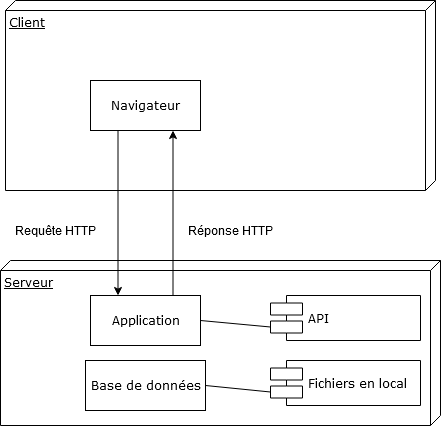
Above: SI3-6Thé/projet/images/Diagramme_architecture.png in dezoxyr/tp-architecture (draw.io), before the change. Source tidied: cells renumbered, new cells last; positions are measured from the earlier drawing's top-left corner, leaving out a move shared by most shapes.
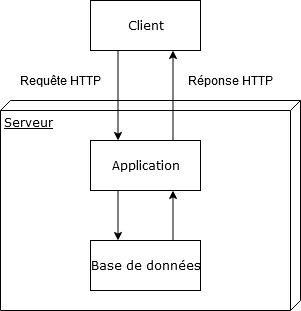
After the commit.

Change to the diagram source:
```diff
@@ -2,44 +2,35 @@
   <root>
     <mxCell id="0" />
     <mxCell id="1" parent="0" />
-    <mxCell id="2" value="Client" style="verticalAlign=top;align=left;spacingTop=8;spacingLeft=2;spacingRight=12;shape=cube;size=10;direction=south;fontStyle=4;html=1;rounded=0;shadow=0;comic=0;labelBackgroundColor=none;strokeWidth=1;fontFamily=Verdana;fontSize=12;" parent="1" vertex="1">
-      <mxGeometry x="5" width="430" height="190" as="geometry" />
-    </mxCell>
     <mxCell id="3" value="Serveur" style="verticalAlign=top;align=left;spacingTop=8;spacingLeft=2;spacingRight=12;shape=cube;size=10;direction=south;fontStyle=4;html=1;rounded=0;shadow=0;comic=0;labelBackgroundColor=none;strokeWidth=1;fontFamily=Verdana;fontSize=12;" parent="1" vertex="1">
-      <mxGeometry y="260" width="440" height="165" as="geometry" />
+      <mxGeometry y="190" width="300" height="210" as="geometry" />
     </mxCell>
-    <mxCell id="4" value="Navigateur" style="html=1;rounded=0;shadow=0;comic=0;labelBackgroundColor=none;strokeWidth=1;fontFamily=Verdana;fontSize=12;align=center;" parent="1" vertex="1">
-      <mxGeometry x="90" y="80" width="110" height="50" as="geometry" />
+    <mxCell id="4" value="Client" style="html=1;rounded=0;shadow=0;comic=0;labelBackgroundColor=none;strokeWidth=1;fontFamily=Verdana;fontSize=12;align=center;" parent="1" vertex="1">
+      <mxGeometry x="90" y="90" width="110" height="50" as="geometry" />
     </mxCell>
     <mxCell id="5" value="Requête HTTP" style="text;html=1;align=center;verticalAlign=middle;" parent="1" vertex="1">
-      <mxGeometry x="5" y="220" width="100" height="20" as="geometry" />
+      <mxGeometry x="10" y="160" width="100" height="20" as="geometry" />
     </mxCell>
     <mxCell id="6" value="Application" style="html=1;rounded=0;shadow=0;comic=0;labelBackgroundColor=none;strokeWidth=1;fontFamily=Verdana;fontSize=12;align=center;" parent="1" vertex="1">
-      <mxGeometry x="90" y="295" width="110" height="50" as="geometry" />
+      <mxGeometry x="90" y="230" width="110" height="50" as="geometry" />
     </mxCell>
     <mxCell id="7" style="endArrow=classic;html=1;exitX=0.25;exitY=1;exitDx=0;exitDy=0;entryX=0.25;entryY=0;entryDx=0;entryDy=0;" parent="1" edge="1" source="4" target="6">
       <mxGeometry relative="1" as="geometry" />
     </mxCell>
     <mxCell id="8" value="Base de données" style="html=1;rounded=0;shadow=0;comic=0;labelBackgroundColor=none;strokeWidth=1;fontFamily=Verdana;fontSize=12;align=center;" parent="1" vertex="1">
-      <mxGeometry x="85" y="360" width="120" height="50" as="geometry" />
+      <mxGeometry x="90" y="330" width="110" height="50" as="geometry" />
     </mxCell>
-    <mxCell id="9" value="Fichiers en local" style="shape=component;align=left;spacingLeft=36;rounded=0;shadow=0;comic=0;labelBackgroundColor=none;strokeWidth=1;fontFamily=Verdana;fontSize=12;html=1;" parent="1" vertex="1">
-      <mxGeometry x="270" y="360" width="150" height="45" as="geometry" />
-    </mxCell>
     <mxCell id="10" style="endArrow=classic;html=1;entryX=0.75;entryY=1;entryDx=0;entryDy=0;exitX=0.75;exitY=0;exitDx=0;exitDy=0;" parent="1" edge="1" source="6" target="4">
       <mxGeometry relative="1" as="geometry" />
     </mxCell>
     <mxCell id="11" value="Réponse HTTP" style="text;html=1;align=center;verticalAlign=middle;" parent="1" vertex="1">
-      <mxGeometry x="180" y="220" width="100" height="20" as="geometry" />
+      <mxGeometry x="180" y="160" width="100" height="20" as="geometry" />
     </mxCell>
-    <mxCell id="12" style="endArrow=none;html=1;exitX=1;exitY=0.5;exitDx=0;exitDy=0;entryX=0;entryY=0.7;entryDx=0;entryDy=0;" parent="1" edge="1" source="8" target="9">
-      <mxGeometry relative="1" as="geometry" />
-    </mxCell>
-    <mxCell id="13" value="API" style="shape=component;align=left;spacingLeft=36;rounded=0;shadow=0;comic=0;labelBackgroundColor=none;strokeWidth=1;fontFamily=Verdana;fontSize=12;html=1;" parent="1" vertex="1">
-      <mxGeometry x="270" y="295" width="150" height="45" as="geometry" />
-    </mxCell>
-    <mxCell id="14" style="endArrow=none;html=1;exitX=1;exitY=0.5;exitDx=0;exitDy=0;entryX=0;entryY=0.7;entryDx=0;entryDy=0;" parent="1" edge="1" source="6" target="13">
-      <mxGeometry relative="1" as="geometry" />
-    </mxCell>
+    <mxCell id="15" style="endArrow=classic;html=1;exitX=0.25;exitY=1;exitDx=0;exitDy=0;entryX=0.25;entryY=0;entryDx=0;entryDy=0;" parent="1" edge="1" source="6" target="8">
+      <mxGeometry relative="1" as="geometry" />
+    </mxCell>
+    <mxCell id="16" style="endArrow=classic;html=1;entryX=0.75;entryY=1;entryDx=0;entryDy=0;exitX=0.75;exitY=0;exitDx=0;exitDy=0;" parent="1" edge="1" source="8" target="6">
+      <mxGeometry relative="1" as="geometry" />
+    </mxCell>
   </root>
 </mxGraphModel>
```
